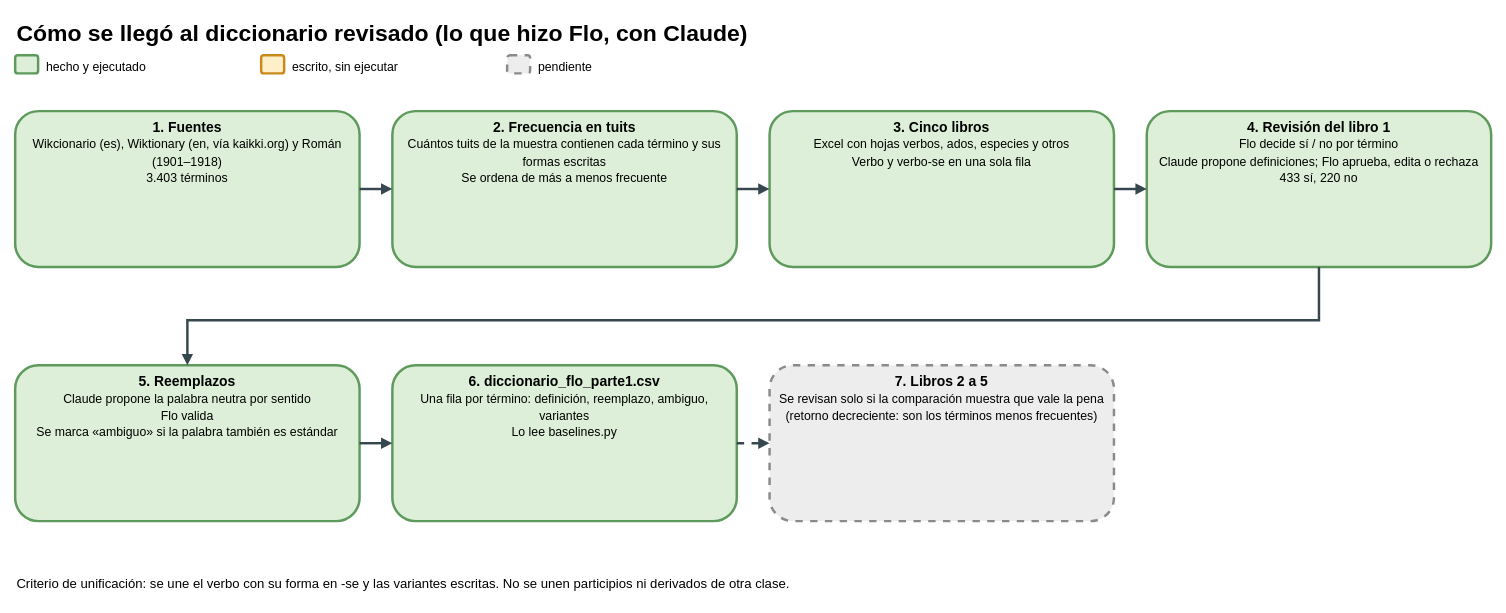
Above: page "Cómo se hizo el diccionario revisado" (2 of 3) of docs/pipelines.drawio in carlosiskindacool/proyecto-nlp (draw.io), before the change. Source tidied: cells renumbered, new cells numbered last; positions are measured from the earlier drawing's top-left corner, leaving out a move shared by most shapes. Both pictures are drawn from the tidied source at 82%, with x=0, y=0 at pixel (15, 14).
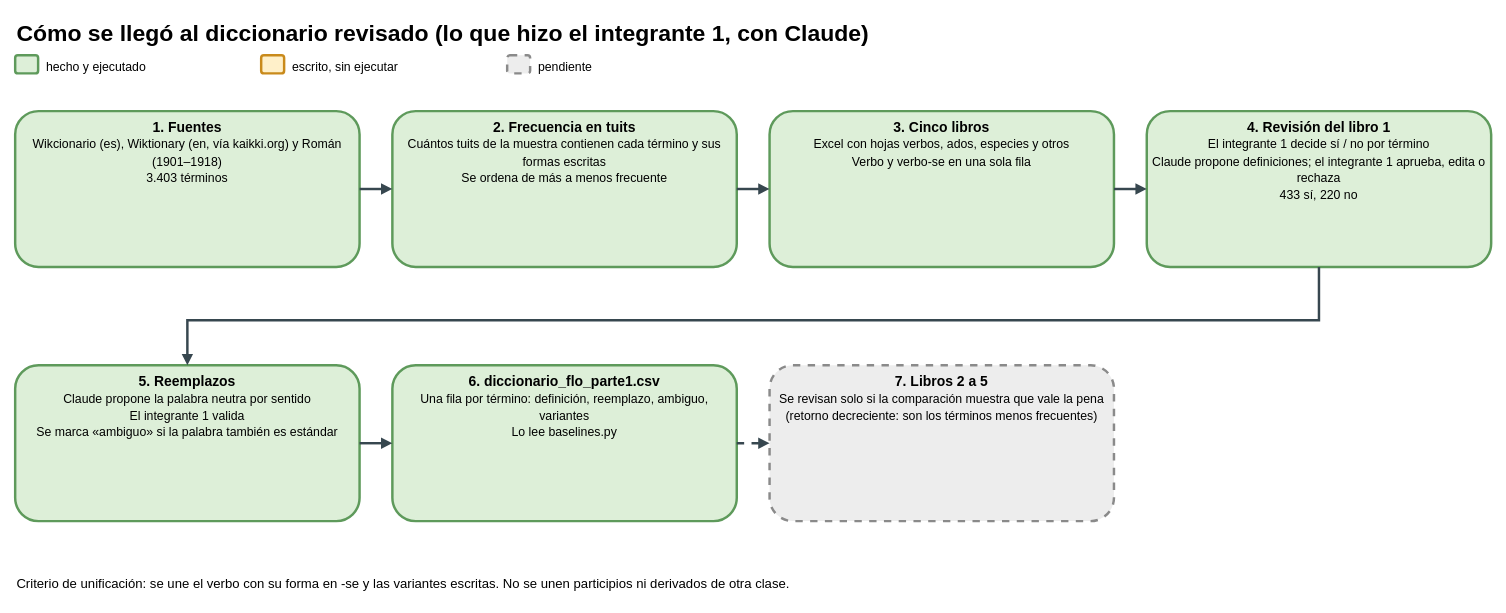
After the change.

The edit, as a diff of the source:
```diff
@@
-    <mxCell id="8" value="&lt;b&gt;4. Revisión del libro 1&lt;/b&gt;&lt;br&gt;&lt;span style='font-size:15px'&gt;Flo decide sí / no por término&lt;/span&gt;&lt;br&gt;&lt;span style='font-size:15px'&gt;Claude propone definiciones; Flo aprueba, edita o rechaza&lt;/span&gt;&lt;br&gt;&lt;span style='font-size:15px'&gt;433 sí, 220 no&lt;/span&gt;" style="rounded=1;whiteSpace=wrap;html=1;fillColor=#DDEFD8;strokeColor=#5E9A5B;strokeWidth=3;fontSize=17;verticalAlign=top;align=center;spacing=6;" parent="1" vertex="1">
+    <mxCell id="8" value="&lt;b&gt;4. Revisión del libro 1&lt;/b&gt;&lt;br&gt;&lt;span style='font-size:15px'&gt;El integrante 1 decide sí / no por término&lt;/span&gt;&lt;br&gt;&lt;span style='font-size:15px'&gt;Claude propone definiciones; el integrante 1 aprueba, edita o rechaza&lt;/span&gt;&lt;br&gt;&lt;span style='font-size:15px'&gt;433 sí, 220 no&lt;/span&gt;" style="rounded=1;whiteSpace=wrap;html=1;fillColor=#DDEFD8;strokeColor=#5E9A5B;strokeWidth=3;fontSize=17;verticalAlign=top;align=center;spacing=6;" parent="1" vertex="1">
       <mxGeometry x="1380" y="118" width="420" height="190" as="geometry" />
     </mxCell>
-    <mxCell id="9" value="&lt;b&gt;5. Reemplazos&lt;/b&gt;&lt;br&gt;&lt;span style='font-size:15px'&gt;Claude propone la palabra neutra por sentido&lt;/span&gt;&lt;br&gt;&lt;span style='font-size:15px'&gt;Flo valida&lt;/span&gt;&lt;br&gt;&lt;span style='font-size:15px'&gt;Se marca «ambiguo» si la palabra también es estándar&lt;/span&gt;" style="rounded=1;whiteSpace=wrap;html=1;fillColor=#DDEFD8;strokeColor=#5E9A5B;strokeWidth=3;fontSize=17;verticalAlign=top;align=center;spacing=6;" parent="1" vertex="1">
+    <mxCell id="9" value="&lt;b&gt;5. Reemplazos&lt;/b&gt;&lt;br&gt;&lt;span style='font-size:15px'&gt;Claude propone la palabra neutra por sentido&lt;/span&gt;&lt;br&gt;&lt;span style='font-size:15px'&gt;El integrante 1 valida&lt;/span&gt;&lt;br&gt;&lt;span style='font-size:15px'&gt;Se marca «ambiguo» si la palabra también es estándar&lt;/span&gt;" style="rounded=1;whiteSpace=wrap;html=1;fillColor=#DDEFD8;strokeColor=#5E9A5B;strokeWidth=3;fontSize=17;verticalAlign=top;align=center;spacing=6;" parent="1" vertex="1">
       <mxGeometry y="428" width="420" height="190" as="geometry" />
     </mxCell>
@@
-    <mxCell id="12" value="Cómo se llegó al diccionario revisado (lo que hizo Flo, con Claude)" style="text;html=1;whiteSpace=wrap;fontSize=28;align=left;verticalAlign=top;fontStyle=1;" parent="1" vertex="1">
+    <mxCell id="12" value="Cómo se llegó al diccionario revisado (lo que hizo el integrante 1, con Claude)" style="text;html=1;whiteSpace=wrap;fontSize=28;align=left;verticalAlign=top;fontStyle=1;" parent="1" vertex="1">
       <mxGeometry width="1800" height="40" as="geometry" />
     </mxCell>
```
